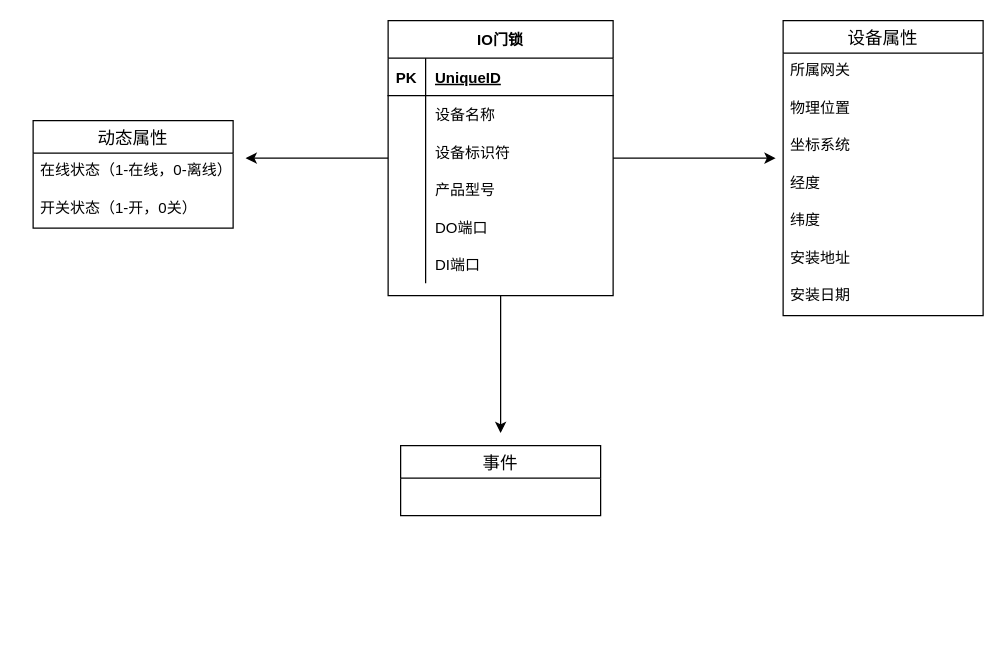
Before: 未命名绘图.drawio in DengRiGuang/libs, a draw.io diagram. Source tidied: cells renumbered, new cells numbered last; positions are measured from the earlier drawing's top-left corner, leaving out a move shared by most shapes. Both pictures are drawn from the tidied source at 125%, with x=0, y=0 at pixel (32, 20).
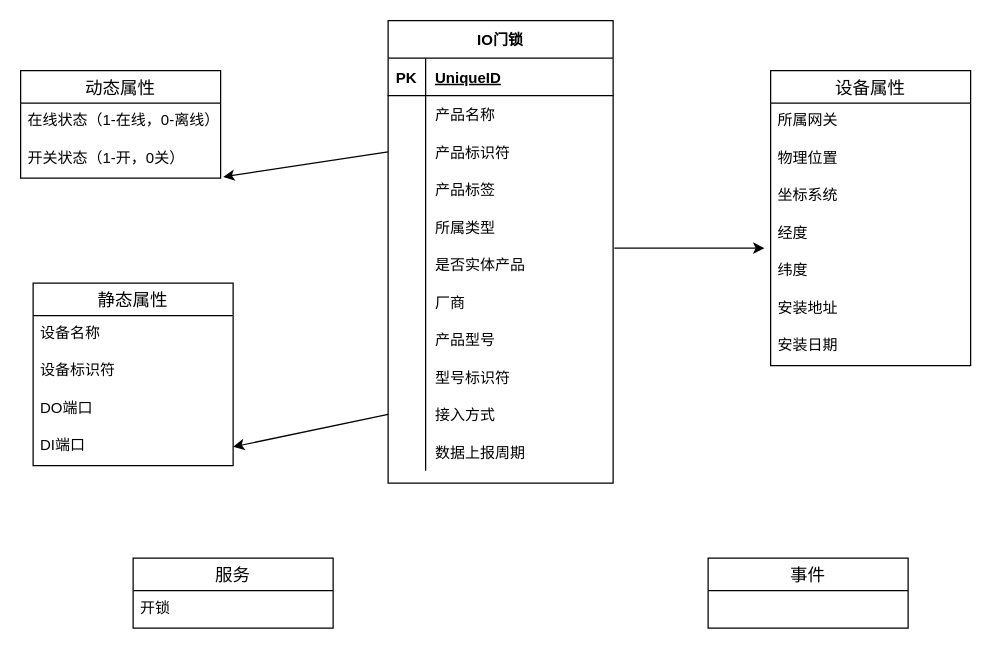
After the change.

Commit message:
更新未命名绘图.drawio

The change refers to these unchanged cells:
```xml
<mxCell id="9" style="shape=partialRectangle;fillColor=none;top=0;left=0;bottom=0;right=0;" parent="5" vertex="1">
  <mxGeometry y="60" width="180" height="30" as="geometry" />
</mxCell>
<mxCell id="12" style="shape=partialRectangle;fillColor=none;top=0;left=0;bottom=0;right=0;points=[[0,0.5],[1,0.5]];portConstraint=eastwest;" parent="5" vertex="1">
  <mxGeometry y="90" width="180" height="30" as="geometry" />
</mxCell>
<mxCell id="15" style="shape=partialRectangle;fillColor=none;top=0;left=0;bottom=0;right=0;" parent="5" vertex="1">
  <mxGeometry y="120" width="180" height="30" as="geometry" />
</mxCell>
<mxCell id="18" style="shape=partialRectangle;fillColor=none;top=0;left=0;bottom=0;right=0;" parent="5" vertex="1">
  <mxGeometry y="150" width="180" height="30" as="geometry" />
</mxCell>
<mxCell id="21" style="shape=partialRectangle;fillColor=none;top=0;left=0;bottom=0;right=0;" parent="5" vertex="1">
  <mxGeometry y="180" width="180" height="30" as="geometry" />
</mxCell>
<mxCell id="28" value="经度" style="text;strokeColor=none;fillColor=none;spacingLeft=4;spacingRight=4;overflow=hidden;points=[[0,0.5],[1,0.5]];portConstraint=eastwest;fontSize=12;" parent="24" vertex="1">
  <mxGeometry y="116" width="160" height="30" as="geometry" />
</mxCell>
<mxCell id="34" value="开关状态（1-开，0关）" style="text;strokeColor=none;fillColor=none;spacingLeft=4;spacingRight=4;overflow=hidden;points=[[0,0.5],[1,0.5]];portConstraint=eastwest;fontSize=12;" parent="32" vertex="1">
  <mxGeometry y="56" width="160" height="30" as="geometry" />
</mxCell>
```

The edit, as a diff of the source:
```diff
@@
-    <mxCell id="2" style="edgeStyle=orthogonalEdgeStyle;rounded=0;jettySize=auto;html=1;" parent="1" edge="1" source="5">
-      <mxGeometry relative="1" as="geometry">
-        <mxPoint x="594" y="110" as="targetPoint" />
-      </mxGeometry>
-    </mxCell>
-    <mxCell id="3" style="edgeStyle=orthogonalEdgeStyle;rounded=0;jettySize=auto;html=1;" parent="1" edge="1" source="5">
-      <mxGeometry relative="1" as="geometry">
-        <mxPoint x="170" y="110" as="targetPoint" />
-      </mxGeometry>
-    </mxCell>
-    <mxCell id="4" style="edgeStyle=orthogonalEdgeStyle;rounded=0;jettySize=auto;html=1;" parent="1" edge="1" source="5">
-      <mxGeometry relative="1" as="geometry">
-        <mxPoint x="374" y="330" as="targetPoint" />
-        <Array as="points">
-          <mxPoint x="374" y="300" />
-          <mxPoint x="374" y="300" />
-        </Array>
-      </mxGeometry>
-    </mxCell>
     <mxCell id="5" value="IO门锁" style="shape=table;startSize=30;childLayout=tableLayout;rowLines=0;fontStyle=1;align=center;" parent="1" vertex="1">
-      <mxGeometry x="284" width="180" height="220" as="geometry" />
+      <mxGeometry x="284" width="180" height="370" as="geometry" />
     </mxCell>
@@
-    <mxCell id="11" value="设备名称" style="shape=partialRectangle;fillColor=none;top=0;left=0;bottom=0;right=0;align=left;spacingLeft=6;overflow=hidden;" parent="9" vertex="1">
+    <mxCell id="11" value="产品名称" style="shape=partialRectangle;fillColor=none;top=0;left=0;bottom=0;right=0;align=left;spacingLeft=6;overflow=hidden;" parent="9" vertex="1">
       <mxGeometry x="30" width="150" height="30" as="geometry" />
     </mxCell>
@@
-    <mxCell id="14" value="设备标识符" style="shape=partialRectangle;fillColor=none;top=0;left=0;bottom=0;right=0;align=left;spacingLeft=6;overflow=hidden;" parent="12" vertex="1">
+    <mxCell id="14" value="产品标识符" style="shape=partialRectangle;fillColor=none;top=0;left=0;bottom=0;right=0;align=left;spacingLeft=6;overflow=hidden;" parent="12" vertex="1">
       <mxGeometry x="30" width="150" height="30" as="geometry" />
     </mxCell>
@@
-    <mxCell id="17" value="产品型号" style="shape=partialRectangle;fillColor=none;top=0;left=0;bottom=0;right=0;align=left;spacingLeft=6;overflow=hidden;" parent="15" vertex="1">
+    <mxCell id="17" value="产品标签" style="shape=partialRectangle;fillColor=none;top=0;left=0;bottom=0;right=0;align=left;spacingLeft=6;overflow=hidden;" parent="15" vertex="1">
       <mxGeometry x="30" width="150" height="30" as="geometry" />
     </mxCell>
@@
-    <mxCell id="20" value="DO端口" style="shape=partialRectangle;fillColor=none;top=0;left=0;bottom=0;right=0;align=left;spacingLeft=6;overflow=hidden;" parent="18" vertex="1">
+    <mxCell id="20" value="所属类型" style="shape=partialRectangle;fillColor=none;top=0;left=0;bottom=0;right=0;align=left;spacingLeft=6;overflow=hidden;" parent="18" vertex="1">
       <mxGeometry x="30" width="150" height="30" as="geometry" />
     </mxCell>
@@
-    <mxCell id="23" value="DI端口" style="shape=partialRectangle;fillColor=none;top=0;left=0;bottom=0;right=0;align=left;spacingLeft=6;overflow=hidden;" parent="21" vertex="1">
+    <mxCell id="23" value="是否实体产品" style="shape=partialRectangle;fillColor=none;top=0;left=0;bottom=0;right=0;align=left;spacingLeft=6;overflow=hidden;" parent="21" vertex="1">
       <mxGeometry x="30" width="150" height="30" as="geometry" />
     </mxCell>
+    <mxCell id="36" style="shape=partialRectangle;fillColor=none;top=0;left=0;bottom=0;right=0;" parent="5" vertex="1">
+      <mxGeometry y="210" width="180" height="30" as="geometry" />
+    </mxCell>
+    <mxCell id="37" style="shape=partialRectangle;fillColor=none;top=0;left=0;bottom=0;right=0;overflow=hidden;" parent="36" vertex="1">
+      <mxGeometry width="30" height="30" as="geometry" />
+    </mxCell>
+    <mxCell id="38" value="厂商" style="shape=partialRectangle;fillColor=none;top=0;left=0;bottom=0;right=0;align=left;spacingLeft=6;overflow=hidden;" parent="36" vertex="1">
+      <mxGeometry x="30" width="150" height="30" as="geometry" />
+    </mxCell>
+    <mxCell id="39" style="shape=partialRectangle;fillColor=none;top=0;left=0;bottom=0;right=0;" parent="5" vertex="1">
+      <mxGeometry y="240" width="180" height="30" as="geometry" />
+    </mxCell>
+    <mxCell id="40" style="shape=partialRectangle;fillColor=none;top=0;left=0;bottom=0;right=0;overflow=hidden;" parent="39" vertex="1">
+      <mxGeometry width="30" height="30" as="geometry" />
+    </mxCell>
+    <mxCell id="41" value="产品型号" style="shape=partialRectangle;fillColor=none;top=0;left=0;bottom=0;right=0;align=left;spacingLeft=6;overflow=hidden;" parent="39" vertex="1">
+      <mxGeometry x="30" width="150" height="30" as="geometry" />
+    </mxCell>
+    <mxCell id="42" style="shape=partialRectangle;fillColor=none;top=0;left=0;bottom=0;right=0;" parent="5" vertex="1">
+      <mxGeometry y="270" width="180" height="30" as="geometry" />
+    </mxCell>
+    <mxCell id="43" style="shape=partialRectangle;fillColor=none;top=0;left=0;bottom=0;right=0;overflow=hidden;" parent="42" vertex="1">
+      <mxGeometry width="30" height="30" as="geometry" />
+    </mxCell>
+    <mxCell id="44" value="型号标识符" style="shape=partialRectangle;fillColor=none;top=0;left=0;bottom=0;right=0;align=left;spacingLeft=6;overflow=hidden;" parent="42" vertex="1">
+      <mxGeometry x="30" width="150" height="30" as="geometry" />
+    </mxCell>
+    <mxCell id="45" style="shape=partialRectangle;fillColor=none;top=0;left=0;bottom=0;right=0;points=[[0,0.5],[1,0.5]];portConstraint=eastwest;" parent="5" vertex="1">
+      <mxGeometry y="300" width="180" height="30" as="geometry" />
+    </mxCell>
+    <mxCell id="46" style="shape=partialRectangle;fillColor=none;top=0;left=0;bottom=0;right=0;overflow=hidden;" parent="45" vertex="1">
+      <mxGeometry width="30" height="30" as="geometry" />
+    </mxCell>
+    <mxCell id="47" value="接入方式" style="shape=partialRectangle;fillColor=none;top=0;left=0;bottom=0;right=0;align=left;spacingLeft=6;overflow=hidden;" parent="45" vertex="1">
+      <mxGeometry x="30" width="150" height="30" as="geometry" />
+    </mxCell>
+    <mxCell id="48" style="shape=partialRectangle;fillColor=none;top=0;left=0;bottom=0;right=0;" parent="5" vertex="1">
+      <mxGeometry y="330" width="180" height="30" as="geometry" />
+    </mxCell>
+    <mxCell id="49" style="shape=partialRectangle;fillColor=none;top=0;left=0;bottom=0;right=0;overflow=hidden;" parent="48" vertex="1">
+      <mxGeometry width="30" height="30" as="geometry" />
+    </mxCell>
+    <mxCell id="50" value="数据上报周期" style="shape=partialRectangle;fillColor=none;top=0;left=0;bottom=0;right=0;align=left;spacingLeft=6;overflow=hidden;" parent="48" vertex="1">
+      <mxGeometry x="30" width="150" height="30" as="geometry" />
+    </mxCell>
     <mxCell id="24" value="设备属性" style="swimlane;fontStyle=0;horizontal=1;startSize=26;align=center;fontSize=14;" parent="1" vertex="1">
-      <mxGeometry x="600" width="160" height="236" as="geometry" />
+      <mxGeometry x="590" y="40" width="160" height="236" as="geometry" />
     </mxCell>
@@
     <mxCell id="32" value="动态属性" style="swimlane;fontStyle=0;horizontal=1;startSize=26;align=center;fontSize=14;" parent="1" vertex="1">
-      <mxGeometry y="80" width="160" height="86" as="geometry" />
+      <mxGeometry x="-10" y="40" width="160" height="86" as="geometry" />
     </mxCell>
@@
     <mxCell id="35" value="事件" style="swimlane;fontStyle=0;horizontal=1;startSize=26;align=center;fontSize=14;" parent="1" vertex="1">
-      <mxGeometry x="294" y="340" width="160" height="56" as="geometry" />
+      <mxGeometry x="540" y="430" width="160" height="56" as="geometry" />
     </mxCell>
+    <mxCell id="51" value="静态属性" style="swimlane;fontStyle=0;horizontal=1;startSize=26;align=center;fontSize=14;" parent="1" vertex="1">
+      <mxGeometry y="210" width="160" height="146" as="geometry" />
+    </mxCell>
+    <mxCell id="52" value="设备名称" style="text;strokeColor=none;fillColor=none;spacingLeft=4;spacingRight=4;overflow=hidden;fontSize=12;" parent="51" vertex="1">
+      <mxGeometry y="26" width="160" height="30" as="geometry" />
+    </mxCell>
+    <mxCell id="53" value="设备标识符" style="text;strokeColor=none;fillColor=none;spacingLeft=4;spacingRight=4;overflow=hidden;fontSize=12;" parent="51" vertex="1">
+      <mxGeometry y="56" width="160" height="30" as="geometry" />
+    </mxCell>
+    <mxCell id="54" value="DO端口" style="text;strokeColor=none;fillColor=none;spacingLeft=4;spacingRight=4;overflow=hidden;fontSize=12;" parent="51" vertex="1">
+      <mxGeometry y="86" width="160" height="30" as="geometry" />
+    </mxCell>
+    <mxCell id="55" value="DI端口" style="text;strokeColor=none;fillColor=none;spacingLeft=4;spacingRight=4;overflow=hidden;points=[[0,0.5],[1,0.5]];portConstraint=eastwest;fontSize=12;" parent="51" vertex="1">
+      <mxGeometry y="116" width="160" height="30" as="geometry" />
+    </mxCell>
+    <mxCell id="56" value="服务" style="swimlane;fontStyle=0;horizontal=1;startSize=26;align=center;fontSize=14;" parent="1" vertex="1">
+      <mxGeometry x="80" y="430" width="160" height="56" as="geometry" />
+    </mxCell>
+    <mxCell id="57" value="开锁" style="text;strokeColor=none;fillColor=none;spacingLeft=4;spacingRight=4;overflow=hidden;fontSize=12;" parent="56" vertex="1">
+      <mxGeometry y="26" width="160" height="30" as="geometry" />
+    </mxCell>
+    <mxCell id="58" style="edgeStyle=none;rounded=0;jettySize=auto;html=1;exitX=0;exitY=0.5;exitDx=0;exitDy=0;entryX=1.013;entryY=0.967;entryDx=0;entryDy=0;entryPerimeter=0;" parent="1" edge="1" source="12" target="34">
+      <mxGeometry relative="1" as="geometry" />
+    </mxCell>
+    <mxCell id="59" style="edgeStyle=none;rounded=0;jettySize=auto;html=1;exitX=0;exitY=0.5;exitDx=0;exitDy=0;entryX=1;entryY=0.5;entryDx=0;entryDy=0;" parent="1" edge="1" source="45" target="55">
+      <mxGeometry relative="1" as="geometry" />
+    </mxCell>
+    <mxCell id="60" style="edgeStyle=none;rounded=0;jettySize=auto;html=1;entryX=-0.031;entryY=0.867;entryDx=0;entryDy=0;entryPerimeter=0;" parent="1" edge="1" target="28">
+      <mxGeometry relative="1" as="geometry">
+        <mxPoint x="465" y="182" as="sourcePoint" />
+      </mxGeometry>
+    </mxCell>
```
